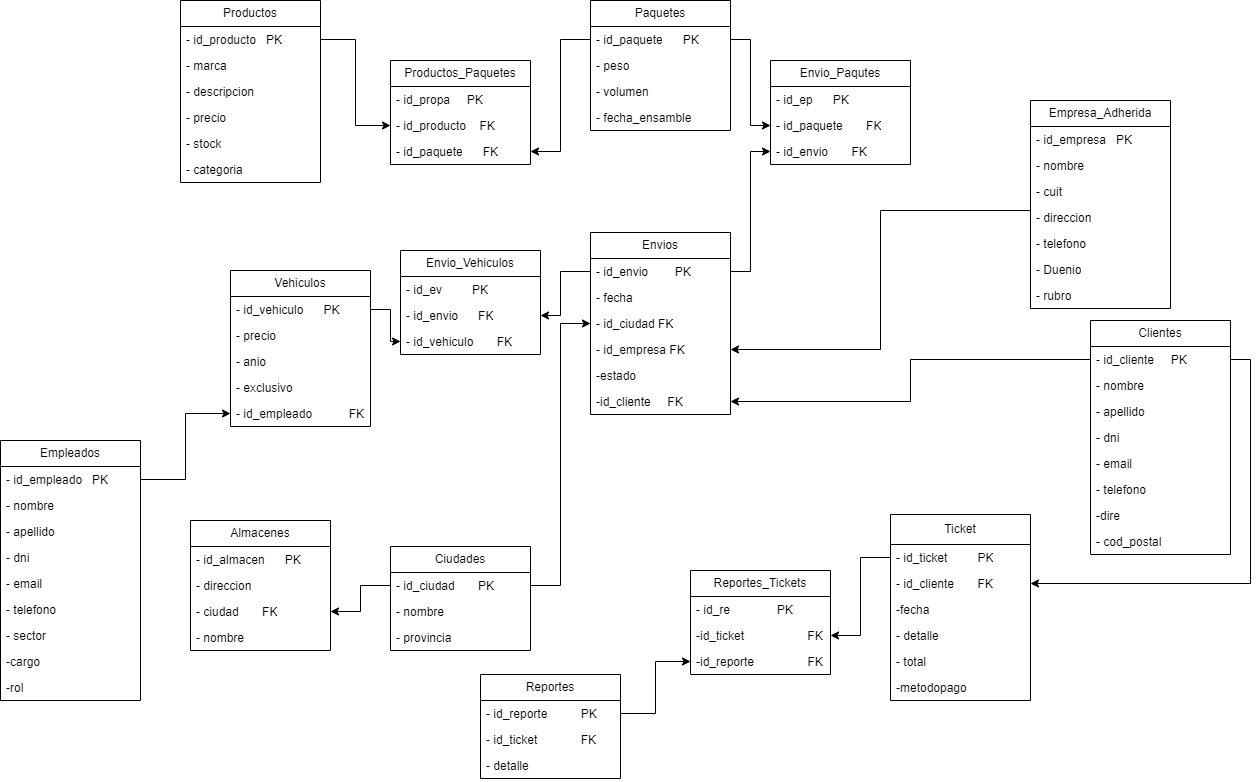
Above: DER.png in aguantebocapapa/PROYECTO-LOGISTICA-5to-3ra (draw.io), before the change. Source tidied: cells renumbered, new cells last; positions are measured from the earlier drawing's top-left corner, leaving out a move shared by most shapes.
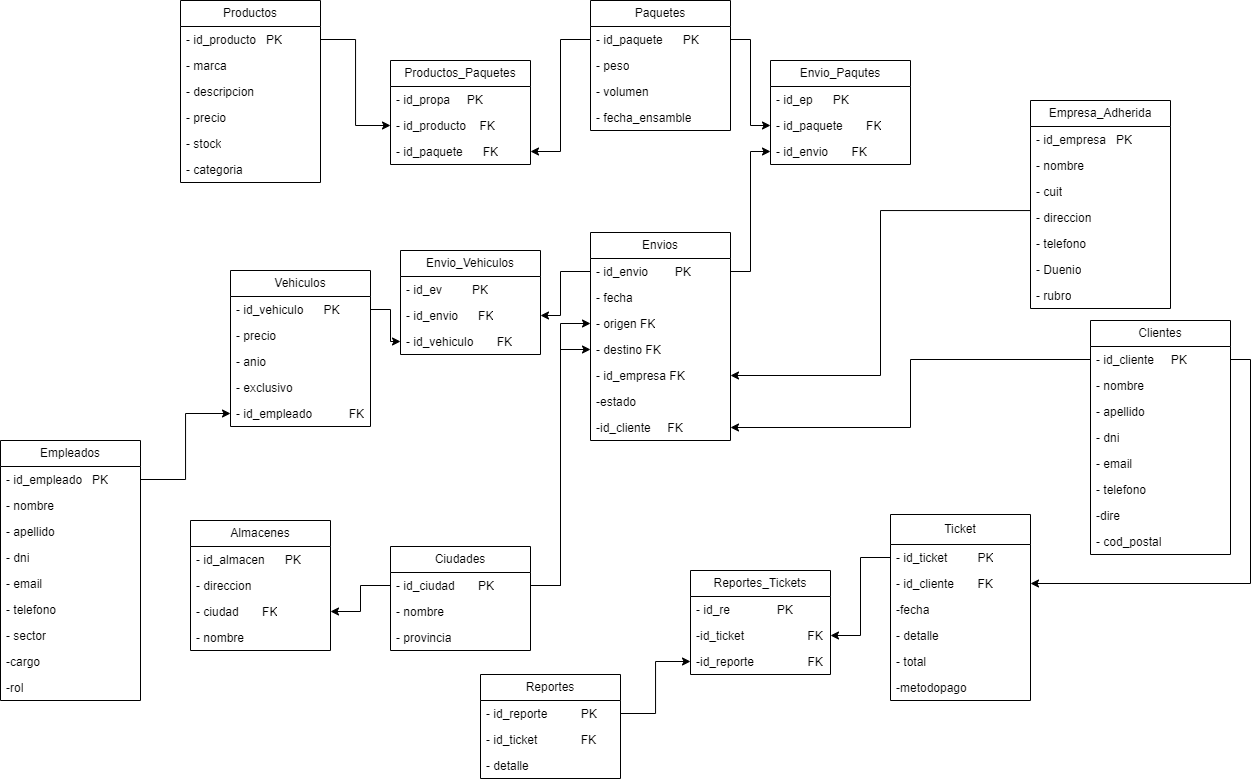
Later version of the same file.

The edit, as a diff of the source:
```diff
@@ -63,7 +63,7 @@
       <mxGeometry y="104" width="140" height="26" as="geometry" />
     </mxCell>
     <mxCell id="22" value="Envios" style="swimlane;fontStyle=0;horizontal=1;startSize=26;fillColor=none;whiteSpace=wrap;html=1;" parent="1" vertex="1">
-      <mxGeometry x="590" y="232" width="140" height="182" as="geometry" />
+      <mxGeometry x="590" y="232" width="140" height="208" as="geometry" />
     </mxCell>
     <mxCell id="23" value="- id_envio&amp;nbsp;&lt;span style=&quot;white-space: pre;&quot;&gt; &lt;/span&gt;&amp;nbsp; &amp;nbsp;&lt;span style=&quot;white-space: pre;&quot;&gt; &lt;/span&gt;&amp;nbsp; PK" style="text;strokeColor=none;fillColor=none;align=left;verticalAlign=top;spacingLeft=4;spacingRight=4;overflow=hidden;points=[[0,0.5],[1,0.5]];portConstraint=eastwest;whiteSpace=wrap;html=1;" parent="22" vertex="1">
       <mxGeometry y="26" width="140" height="26" as="geometry" />
@@ -71,17 +71,20 @@
     <mxCell id="24" value="- fecha" style="text;strokeColor=none;fillColor=none;align=left;verticalAlign=top;spacingLeft=4;spacingRight=4;overflow=hidden;whiteSpace=wrap;html=1;" parent="22" vertex="1">
       <mxGeometry y="52" width="140" height="26" as="geometry" />
     </mxCell>
-    <mxCell id="25" value="- id_ciudad FK" style="text;strokeColor=none;fillColor=none;align=left;verticalAlign=top;spacingLeft=4;spacingRight=4;overflow=hidden;points=[[0,0.5],[1,0.5]];portConstraint=eastwest;whiteSpace=wrap;html=1;" parent="22" vertex="1">
+    <mxCell id="25" value="- origen FK" style="text;strokeColor=none;fillColor=none;align=left;verticalAlign=top;spacingLeft=4;spacingRight=4;overflow=hidden;points=[[0,0.5],[1,0.5]];portConstraint=eastwest;whiteSpace=wrap;html=1;" parent="22" vertex="1">
       <mxGeometry y="78" width="140" height="26" as="geometry" />
     </mxCell>
+    <mxCell id="104" value="- destino FK" style="text;strokeColor=none;fillColor=none;align=left;verticalAlign=top;spacingLeft=4;spacingRight=4;overflow=hidden;points=[[0,0.5],[1,0.5]];portConstraint=eastwest;whiteSpace=wrap;html=1;" parent="22" vertex="1">
+      <mxGeometry y="104" width="140" height="26" as="geometry" />
+    </mxCell>
     <mxCell id="26" value="- id_empresa FK" style="text;strokeColor=none;fillColor=none;align=left;verticalAlign=top;spacingLeft=4;spacingRight=4;overflow=hidden;points=[[0,0.5],[1,0.5]];portConstraint=eastwest;whiteSpace=wrap;html=1;" parent="22" vertex="1">
-      <mxGeometry y="104" width="140" height="26" as="geometry" />
+      <mxGeometry y="130" width="140" height="26" as="geometry" />
     </mxCell>
     <mxCell id="27" value="-estado&amp;nbsp; &amp;nbsp; &amp;nbsp; &amp;nbsp; &amp;nbsp; &amp;nbsp;" style="text;strokeColor=none;fillColor=none;align=left;verticalAlign=top;spacingLeft=4;spacingRight=4;overflow=hidden;whiteSpace=wrap;html=1;" parent="22" vertex="1">
-      <mxGeometry y="130" width="140" height="26" as="geometry" />
+      <mxGeometry y="156" width="140" height="26" as="geometry" />
     </mxCell>
     <mxCell id="28" value="-id_cliente&amp;nbsp; &amp;nbsp; &amp;nbsp;FK" style="text;strokeColor=none;fillColor=none;align=left;verticalAlign=top;spacingLeft=4;spacingRight=4;overflow=hidden;points=[[0,0.5],[1,0.5]];portConstraint=eastwest;whiteSpace=wrap;html=1;" parent="22" vertex="1">
-      <mxGeometry y="156" width="140" height="26" as="geometry" />
+      <mxGeometry y="182" width="140" height="26" as="geometry" />
     </mxCell>
     <mxCell id="29" value="Vehiculos" style="swimlane;fontStyle=0;horizontal=1;startSize=26;fillColor=none;whiteSpace=wrap;html=1;" parent="1" vertex="1">
       <mxGeometry x="230" y="270" width="140" height="156" as="geometry" />
@@ -315,9 +318,12 @@
         <Array as="points">
           <mxPoint x="1030" y="210" />
           <mxPoint x="880" y="210" />
-          <mxPoint x="880" y="349" />
+          <mxPoint x="880" y="375" />
         </Array>
       </mxGeometry>
     </mxCell>
+    <mxCell id="105" style="edgeStyle=orthogonalEdgeStyle;rounded=0;jettySize=auto;html=1;exitX=1;exitY=0.5;exitDx=0;exitDy=0;entryX=0;entryY=0.5;entryDx=0;entryDy=0;" parent="1" edge="1" source="64" target="104">
+      <mxGeometry relative="1" as="geometry" />
+    </mxCell>
   </root>
 </mxGraphModel>
```
